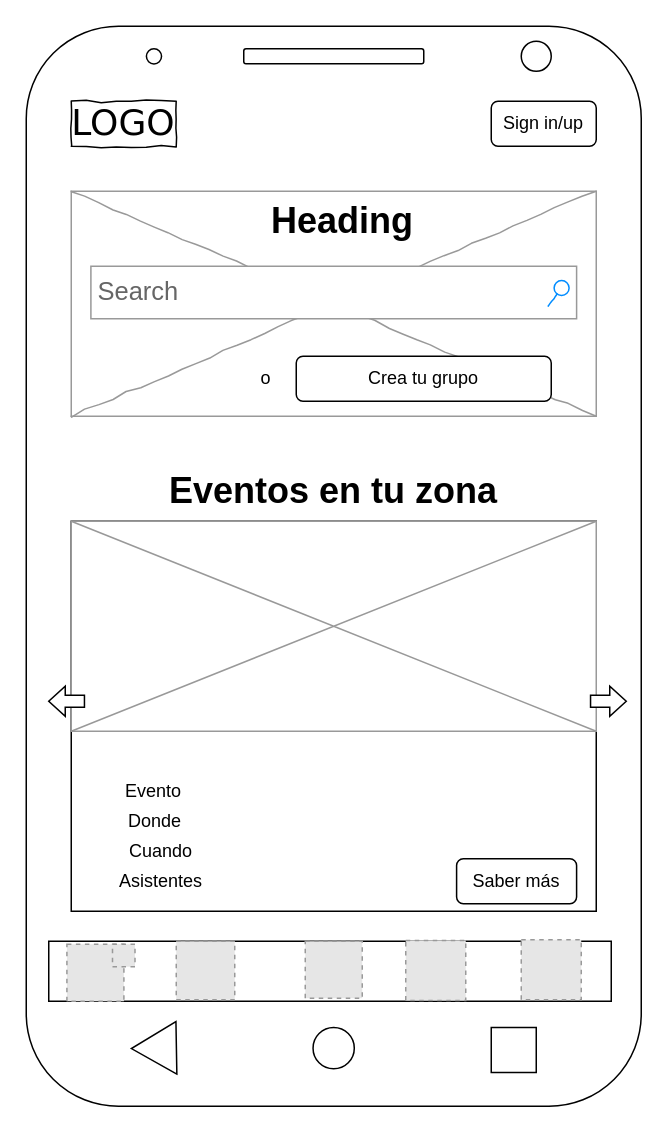
This is P2/sketch/PagPrincipal(1).drawio from PepeNavarro7/DIU20, a draw.io file, before an edit. Source tidied: cells renumbered, new cells numbered last; positions are measured from the earlier drawing's top-left corner, leaving out a move shared by most shapes. Both pictures are drawn from the tidied source at 150%, with x=0, y=0 at pixel (26, 26). Pictures stored in the file or linked from it are replaced by grey dashed boxes.
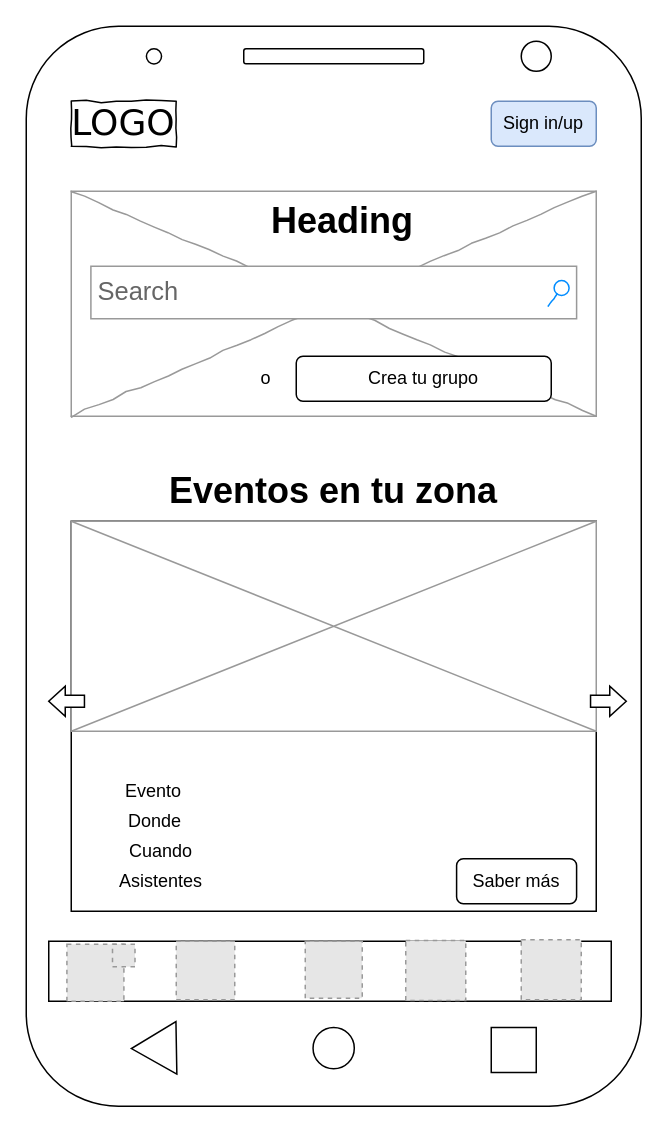
The same diagram, later.

Commit message (it also covers changes not shown here):
Pestania de los grupos

The edit, as a diff of the source:
```diff
@@
-    <mxCell id="12" value="Sign in/up" style="rounded=1;whiteSpace=wrap;html=1;" parent="1" vertex="1">
+    <mxCell id="12" value="Sign in/up" style="rounded=1;whiteSpace=wrap;html=1;fillColor=#dae8fc;strokeColor=#6c8ebf;" parent="1" vertex="1">
       <mxGeometry x="310" y="50" width="70" height="30" as="geometry" />
     </mxCell>
```
